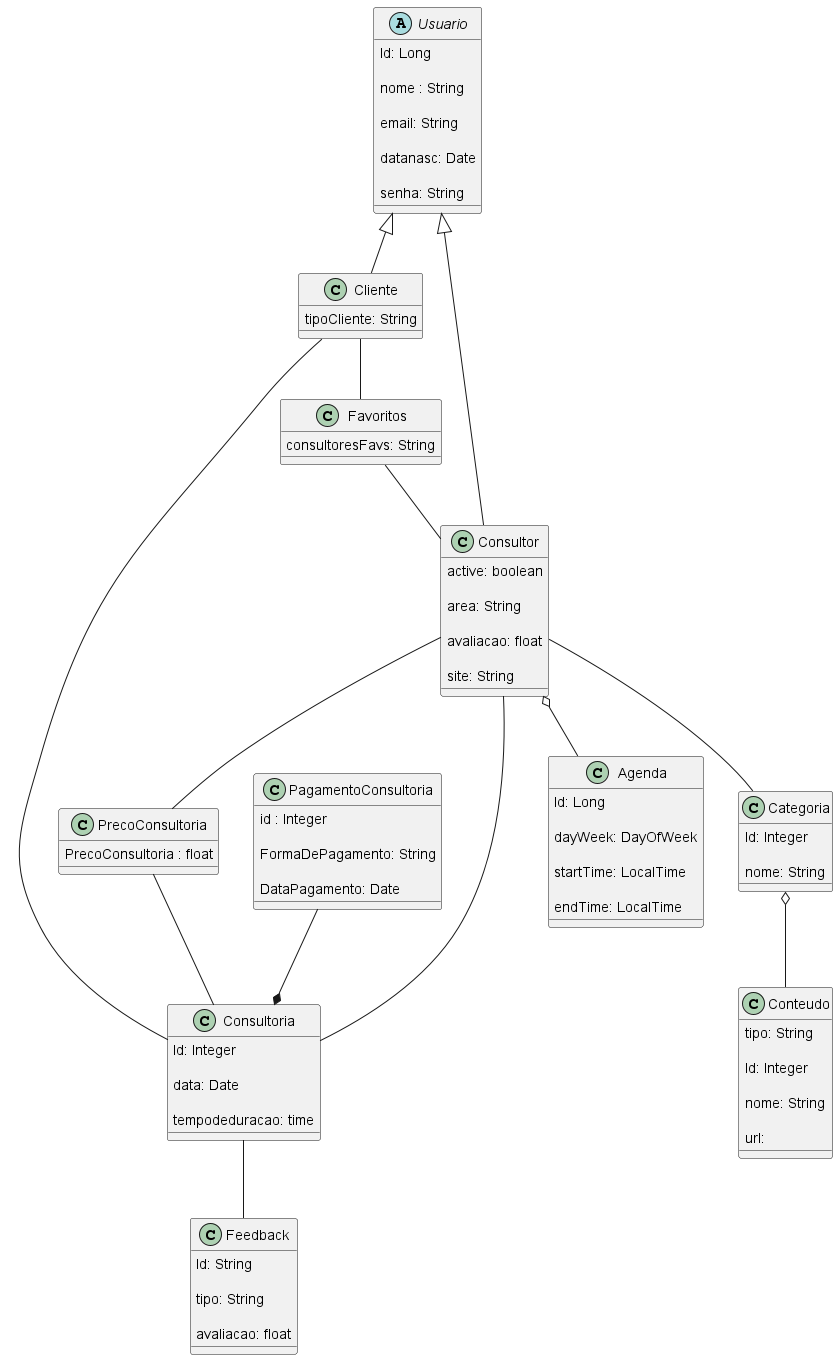
Earlier version of the PlantUML export docs/modConceitual/Modelo Conceitual.png (camycamyha/projetoEngSoftware).
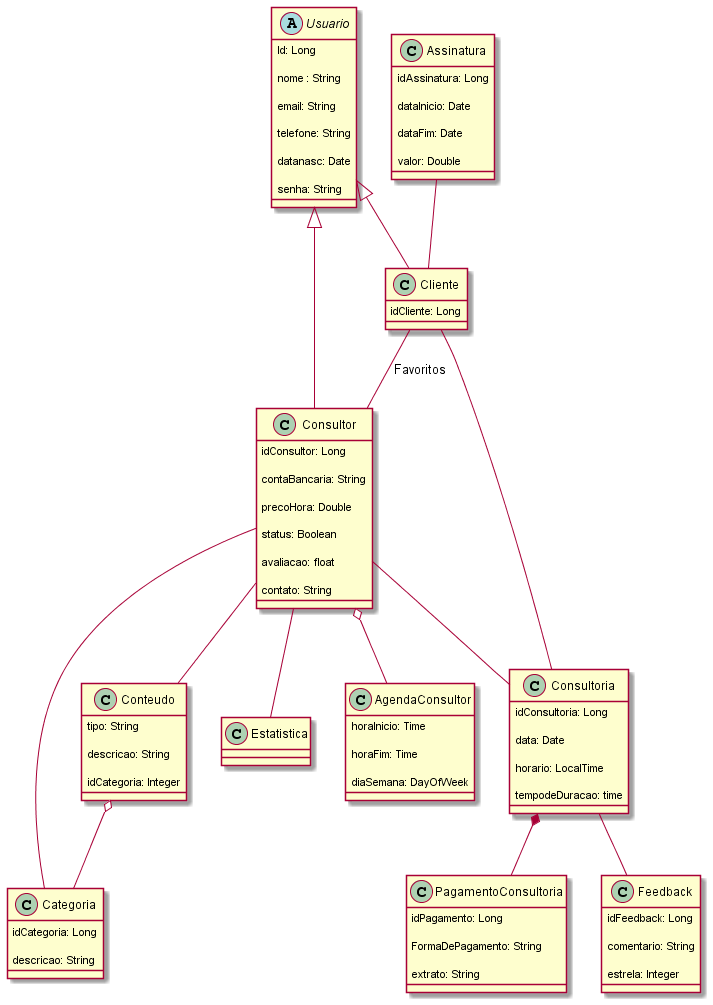
Later version of the same file.

Change to the diagram source:
```diff
@@ -8,10 +8,11 @@
 
     email: String
 
+    telefone: String
+
     datanasc: Date
 
     senha: String
-
 
 
 }
@@ -20,13 +21,17 @@
 
 class Consultor {
 
-    active: boolean
+    idConsultor: Long
 
-    area: String
+    contaBancaria: String
+
+    precoHora: Double
+
+    status: Boolean
 
     avaliacao: float
 
-    site: String
+    contato: String
 
 }
 
@@ -34,28 +39,34 @@
 
 class Cliente {
 
-    tipoCliente: String
+    idCliente: Long
 
 }
 
 
 
- class Favoritos {
+ class AgendaConsultor {
 
-    consultoresFavs: String
+    horaInicio: Time
+
+    horaFim: Time
+
+    diaSemana: DayOfWeek
+
 
 }
 
 
 
-
 class Consultoria{
 
-    Id: Integer
+    idConsultoria: Long
 
     data: Date
 
-    tempodeduracao: time
+    horario: LocalTime
+
+    tempodeDuracao: time
 
 }
 
@@ -63,41 +74,33 @@
 
  class PagamentoConsultoria {
 
-   id : Integer
+   idPagamento: Long
 
    FormaDePagamento: String
 
-   DataPagamento: Date
-}
-
-class PrecoConsultoria{
-
-   PrecoConsultoria : float
-
+   extrato: String
 }
 
 
-class Agenda {
 
-    Id: Long
+ class Assinatura{
 
-    dayWeek: DayOfWeek
+     idAssinatura: Long
 
-    startTime: LocalTime
+     dataInicio: Date
 
-    endTime: LocalTime
+     dataFim: Date
 
-
-
-}
+     valor: Double
+ }
 
 
 
 Class Categoria{
 
-    Id: Integer
+    idCategoria: Long
 
-    nome: String
+    descricao: String
 
 }
 
@@ -107,52 +110,49 @@
 
   tipo: String
 
-  Id: Integer
+  descricao: String
 
-  nome: String
-
-  url:
+  idCategoria: Integer
 
 }
 
 Class Feedback{
 
-    Id: String
+    idFeedback: Long
 
-    tipo: String
+    comentario: String
 
-    avaliacao: float
+    estrela: Integer
 
 }
 
 
 
-
-Cliente -- Favoritos
-
-Favoritos -- Consultor
-
-Consultor -- Categoria
-
-Categoria o-- Conteudo
-
 Consultor --|> Usuario
 
 Usuario <|-- Cliente
 
-Consultoria --Feedback
+Cliente -- Consultor : Favoritos
+
+Consultor o-- AgendaConsultor
+
+Consultor -- Estatistica
+
+Consultor -- Categoria
+
+Consultor -- Conteudo
+
+Conteudo o-- Categoria
+
+Consultor -- Consultoria
+
+Consultoria -- Feedback
+
+Consultoria *-- PagamentoConsultoria
+
+Assinatura -- Cliente
 
 Cliente -- Consultoria
 
-Consultoria -- Consultor
-
-Consultor o-- Agenda
-
-PagamentoConsultoria --* Consultoria
-
-PrecoConsultoria -- Consultoria
-
-Consultor -- PrecoConsultoria
-
 
 @enduml
```
